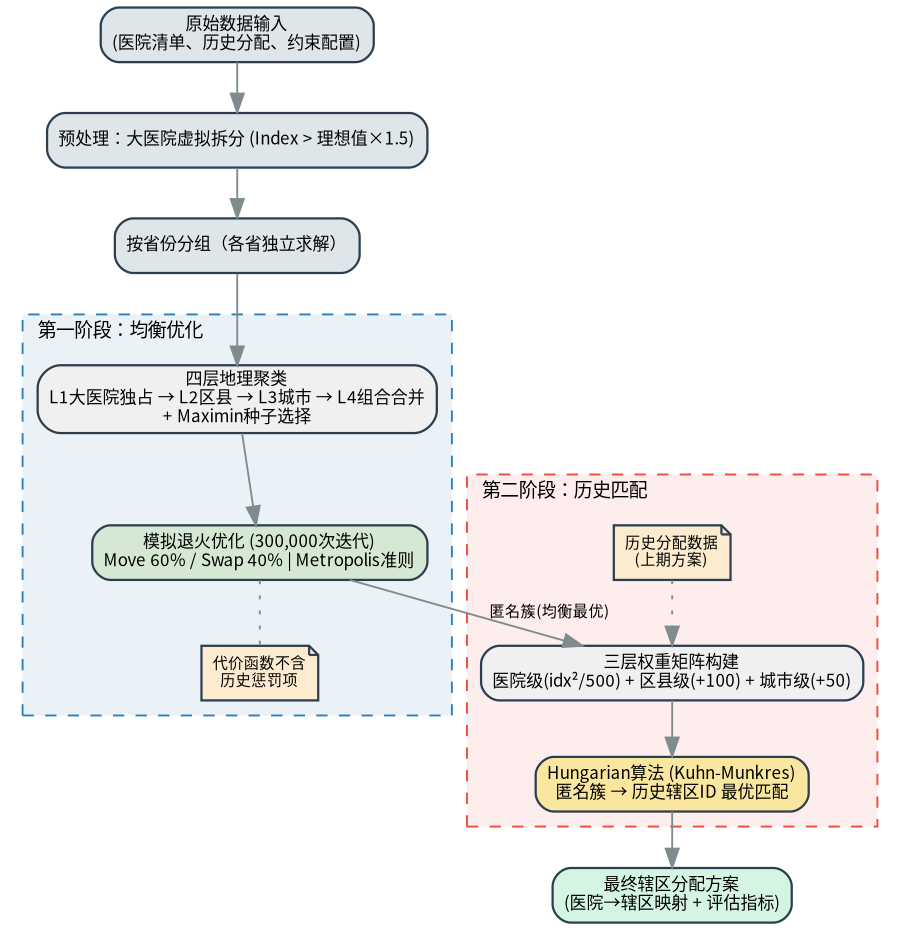
Earlier version of the Graphviz export docs/figures/fig4-1.png (vickenkira36/SJTU_MBA_SFE). Its source is kept beside it as docs/figures/fig4-1.dot. Its diagram source:
```dot
digraph G {
    rankdir=TB;
    fontname="Noto Sans CJK JP";
    ranksep=0.35;
    nodesep=0.3;
    node [fontname="Noto Sans CJK JP", fontsize=9, shape=box, style="rounded,filled", fillcolor="#f0f0f0", color="#2c3e50", penwidth=1.2, height=0.4, margin="0.08,0.04"];
    edge [fontname="Noto Sans CJK JP", fontsize=8, color="#7f8c8d"];

    input [label="原始数据输入\n(医院清单、历史分配、约束配置)", fillcolor="#dfe6e9"];
    preprocess [label="预处理：大医院虚拟拆分 (Index > 理想值×1.5)", fillcolor="#dfe6e9"];
    province [label="按省份分组（各省独立求解）", fillcolor="#dfe6e9"];

    subgraph cluster_stage1 {
        label="第一阶段：均衡优化";
        labeljust=l;
        fontname="Noto Sans CJK JP";
        fontsize=10;
        style="dashed";
        color="#2980b9";
        bgcolor="#eaf2f8";
        margin="8";

        clustering [label="四层地理聚类\nL1大医院独占 → L2区县 → L3城市 → L4组合合并\n+ Maximin种子选择"];
        sa [label="模拟退火优化 (300,000次迭代)\nMove 60% / Swap 40% | Metropolis准则", fillcolor="#d5e8d4"];
        note1 [label="代价函数不含\n历史惩罚项", shape=note, fillcolor="#fdebd0", fontsize=8];
    }

    subgraph cluster_stage2 {
        label="第二阶段：历史匹配";
        labeljust=l;
        fontname="Noto Sans CJK JP";
        fontsize=10;
        style="dashed";
        color="#e74c3c";
        bgcolor="#fdedec";
        margin="8";

        weight [label="三层权重矩阵构建\n医院级(idx²/500) + 区县级(+100) + 城市级(+50)"];
        hungarian [label="Hungarian算法 (Kuhn-Munkres)\n匿名簇 → 历史辖区ID 最优匹配", fillcolor="#f9e79f"];
        note2 [label="历史分配数据\n(上期方案)", shape=note, fillcolor="#fdebd0", fontsize=8];
    }

    output [label="最终辖区分配方案\n(医院→辖区映射 + 评估指标)", fillcolor="#d5f5e3"];

    input -> preprocess -> province -> clustering -> sa;
    sa -> weight [label="匿名簇(均衡最优)"];
    weight -> hungarian -> output;

    sa -> note1 [style=dotted, arrowhead=none];
    note2 -> weight [style=dotted, arrowhead=normal, dir=forward];
}
```
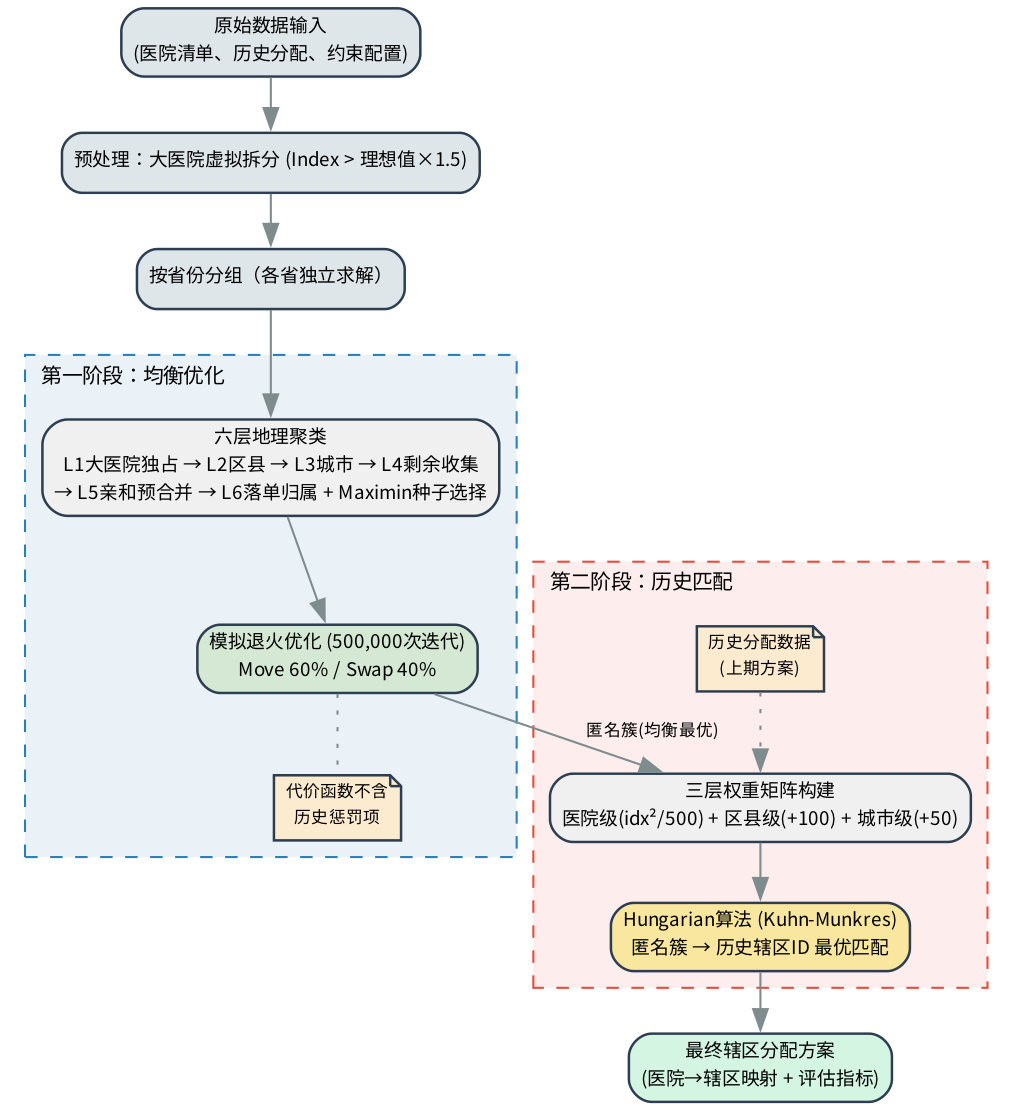
The same diagram one commit later.

The edit, as a diff of the source:
```diff
@@ -20,8 +20,8 @@
         bgcolor="#eaf2f8";
         margin="8";
 
-        clustering [label="四层地理聚类\nL1大医院独占 → L2区县 → L3城市 → L4组合合并\n+ Maximin种子选择"];
-        sa [label="模拟退火优化 (300,000次迭代)\nMove 60% / Swap 40% | Metropolis准则", fillcolor="#d5e8d4"];
+        clustering [label="六层地理聚类\nL1大医院独占 → L2区县 → L3城市 → L4剩余收集\n→ L5亲和预合并 → L6落单归属 + Maximin种子选择"];
+        sa [label="模拟退火优化 (500,000次迭代)\nMove 60% / Swap 40%", fillcolor="#d5e8d4"];
         note1 [label="代价函数不含\n历史惩罚项", shape=note, fillcolor="#fdebd0", fontsize=8];
     }
 
```
